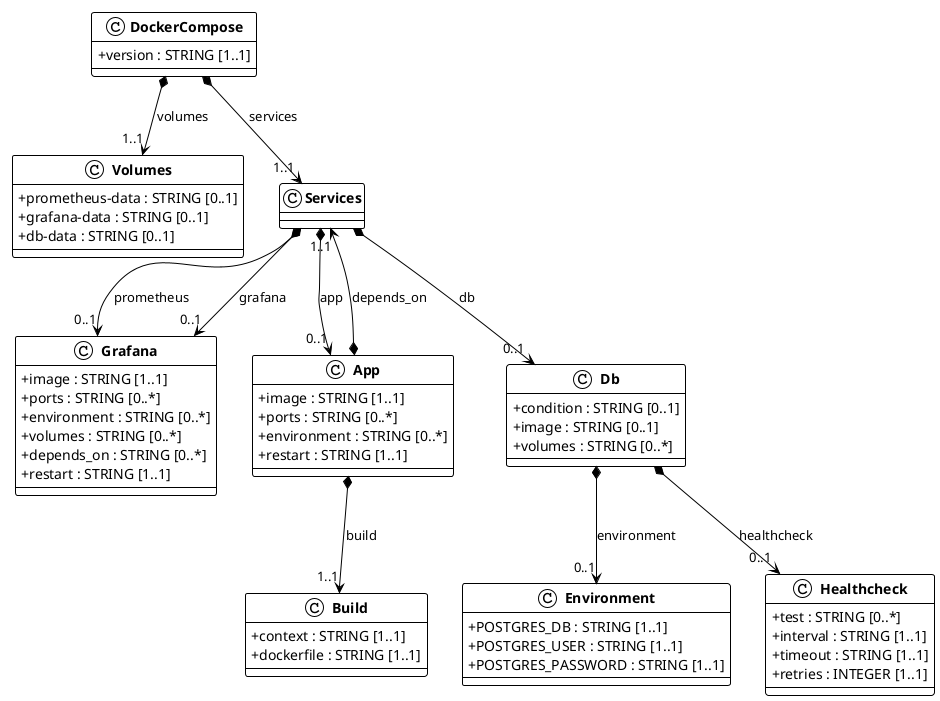
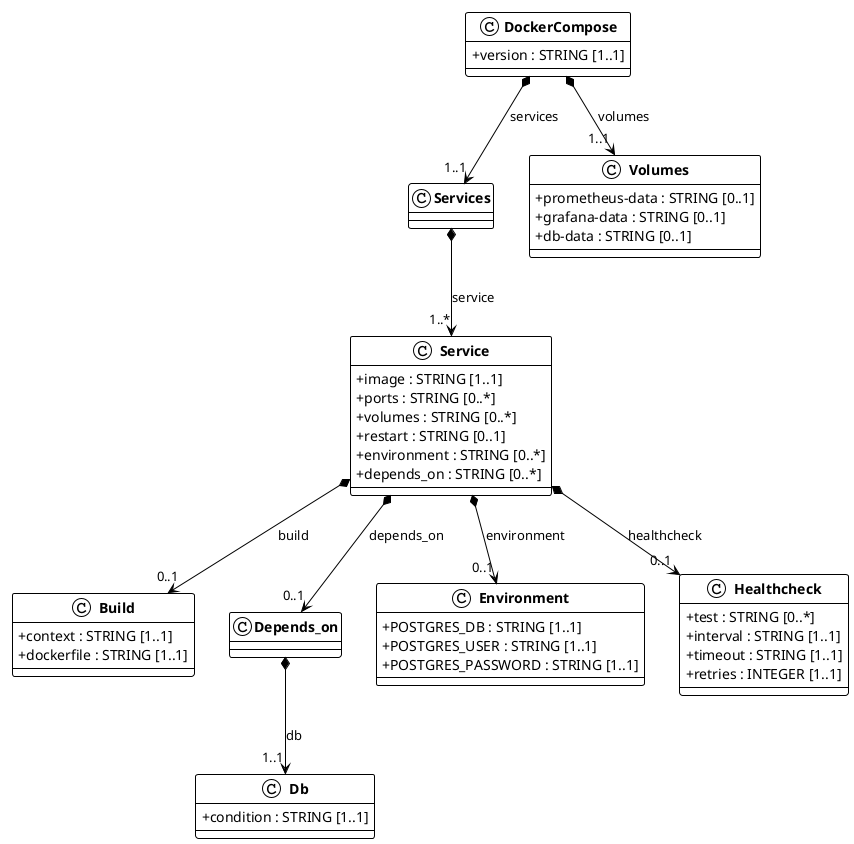
@startuml docker_compose
!theme plain
skinparam classAttributeIconSize 0
skinparam classFontStyle bold

class DockerCompose{
  + version : STRING [1..1]
}

+ class Services{
+ }
+ 
+ class Service{
+   + image : STRING [1..1]
+   + ports : STRING [0..*]
+   + volumes : STRING [0..*]
+   + restart : STRING [0..1]
+   + environment : STRING [0..*]
+   + depends_on : STRING [0..*]
+ }
+ 
class Volumes{
  + prometheus-data : STRING [0..1]
  + grafana-data : STRING [0..1]
  + db-data : STRING [0..1]
- }
- 
- class Services{
- }
- 
- class Grafana{
-   + image : STRING [1..1]
-   + ports : STRING [0..*]
-   + environment : STRING [0..*]
-   + volumes : STRING [0..*]
-   + depends_on : STRING [0..*]
-   + restart : STRING [1..1]
- }
- 
- class App{
-   + image : STRING [1..1]
-   + ports : STRING [0..*]
-   + environment : STRING [0..*]
-   + restart : STRING [1..1]
}

class Build{
  + context : STRING [1..1]
  + dockerfile : STRING [1..1]
}

+ class Depends_on{
+ }
+ 
class Db{
-   + condition : STRING [0..1]
-   + image : STRING [0..1]
-   + volumes : STRING [0..*]
+   + condition : STRING [1..1]
}

class Environment{
  + POSTGRES_DB : STRING [1..1]
  + POSTGRES_USER : STRING [1..1]
  + POSTGRES_PASSWORD : STRING [1..1]
}

class Healthcheck{
  + test : STRING [0..*]
  + interval : STRING [1..1]
  + timeout : STRING [1..1]
  + retries : INTEGER [1..1]
}

+ DockerCompose *--> "1..1" Services : services
DockerCompose *--> "1..1" Volumes : volumes
- DockerCompose *--> "1..1" Services : services
- Services *--> "0..1" Grafana : prometheus
- Services *--> "0..1" Grafana : grafana
- Services *--> "0..1" App : app
- Services *--> "0..1" Db : db
- App *--> "1..1" Build : build
- App *--> "1..1" Services : depends_on
- Db *--> "0..1" Environment : environment
- Db *--> "0..1" Healthcheck : healthcheck
+ Services *--> "1..*" Service : service
+ Service *--> "0..1" Build : build
+ Service *--> "0..1" Depends_on : depends_on
+ Service *--> "0..1" Environment : environment
+ Service *--> "0..1" Healthcheck : healthcheck
+ Depends_on *--> "1..1" Db : db

@enduml
